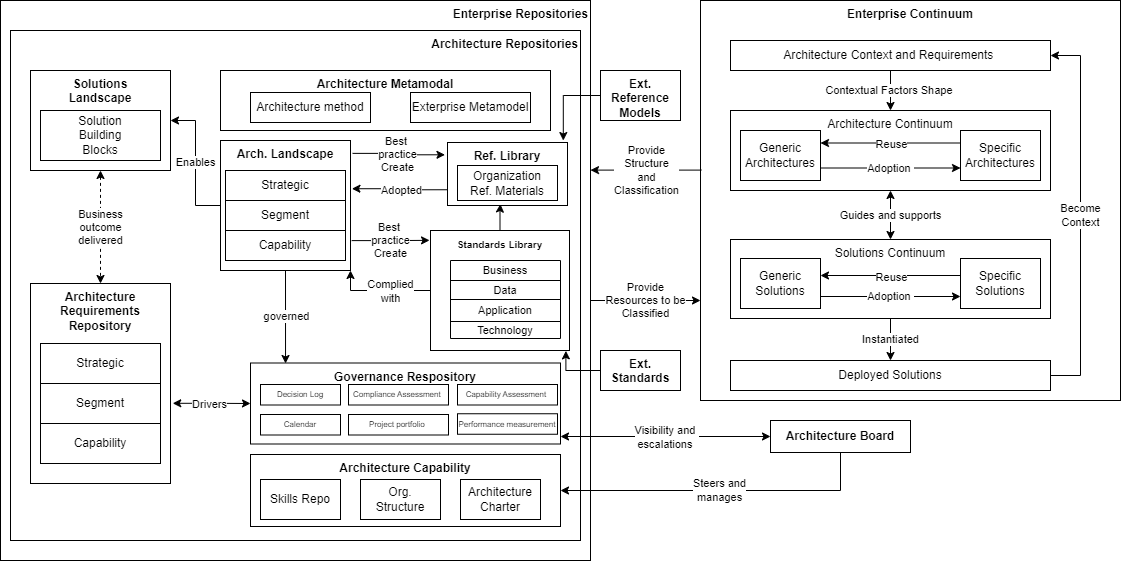
Before: drawio/Togaf/continuum.drawio.png, a diagram exported from draw.io (cmkam/architecture). Source tidied: cells renumbered, new cells last; positions are measured from the earlier drawing's top-left corner, leaving out a move shared by most shapes.
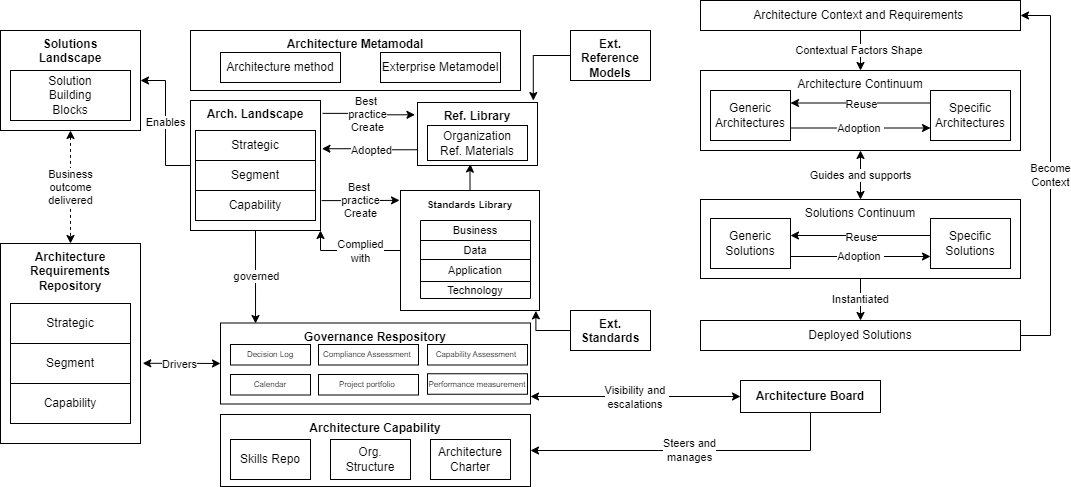
The same file after the commit.

Change to the diagram source:
```diff
@@ -1,33 +1,7 @@
 <mxGraphModel>
   <root>
     <mxCell id="0" />
-    <mxCell id="1" value="Area" parent="0" />
-    <mxCell id="2" value="&lt;b&gt;Enterprise Repositories&lt;/b&gt;" style="rounded=0;whiteSpace=wrap;html=1;horizontal=1;verticalAlign=top;align=right;" parent="1" vertex="1">
-      <mxGeometry width="590" height="560" as="geometry" />
-    </mxCell>
-    <mxCell id="3" value="&lt;b&gt;Architecture Repositories&lt;/b&gt;" style="rounded=0;whiteSpace=wrap;html=1;horizontal=1;verticalAlign=top;align=right;" parent="1" vertex="1">
-      <mxGeometry x="10" y="30" width="570" height="510" as="geometry" />
-    </mxCell>
-    <mxCell id="4" value="&lt;b&gt;Enterprise Continuum&lt;/b&gt;" style="rounded=0;whiteSpace=wrap;html=1;verticalAlign=top;" parent="1" vertex="1">
-      <mxGeometry x="700" width="420" height="400" as="geometry" />
-    </mxCell>
     <mxCell id="5" parent="0" />
-    <mxCell id="6" value="Provide&lt;br&gt;Resources to be&lt;br&gt;Classified" style="edgeStyle=orthogonalEdgeStyle;rounded=0;jettySize=auto;html=1;entryX=0;entryY=0.75;entryDx=0;entryDy=0;" parent="5" edge="1" source="2" target="4">
-      <mxGeometry relative="1" as="geometry">
-        <Array as="points">
-          <mxPoint x="640" y="300" />
-          <mxPoint x="640" y="300" />
-        </Array>
-      </mxGeometry>
-    </mxCell>
-    <mxCell id="7" value="Provide&lt;br&gt;Structure&lt;br&gt;and&lt;br&gt;Classification" style="edgeStyle=orthogonalEdgeStyle;rounded=0;jettySize=auto;html=1;exitX=0.002;exitY=0.424;exitDx=0;exitDy=0;exitPerimeter=0;" parent="5" edge="1" source="4" target="2">
-      <mxGeometry x="-0.01" relative="1" as="geometry">
-        <Array as="points">
-          <mxPoint x="590" y="170" />
-          <mxPoint x="590" y="170" />
-        </Array>
-      </mxGeometry>
-    </mxCell>
     <mxCell id="8" value="Contextual Factors Shape&amp;nbsp;" style="edgeStyle=orthogonalEdgeStyle;rounded=0;jettySize=auto;html=1;" parent="5" edge="1" source="9" target="11">
       <mxGeometry relative="1" as="geometry" />
     </mxCell>
```
